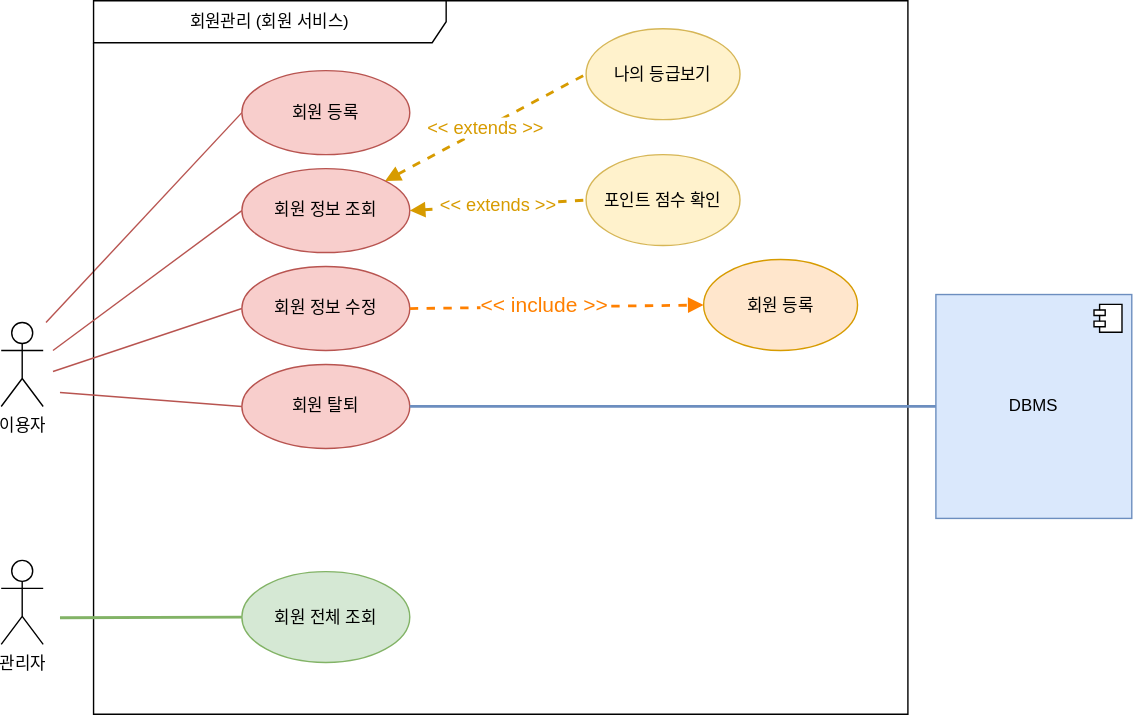
Earlier version of the draw.io export 회원관리유즈케이스.drawio.svg (sminxxi/multi_it_test). Source tidied: cells renumbered, new cells last; positions are measured from the earlier drawing's top-left corner, leaving out a move shared by most shapes.
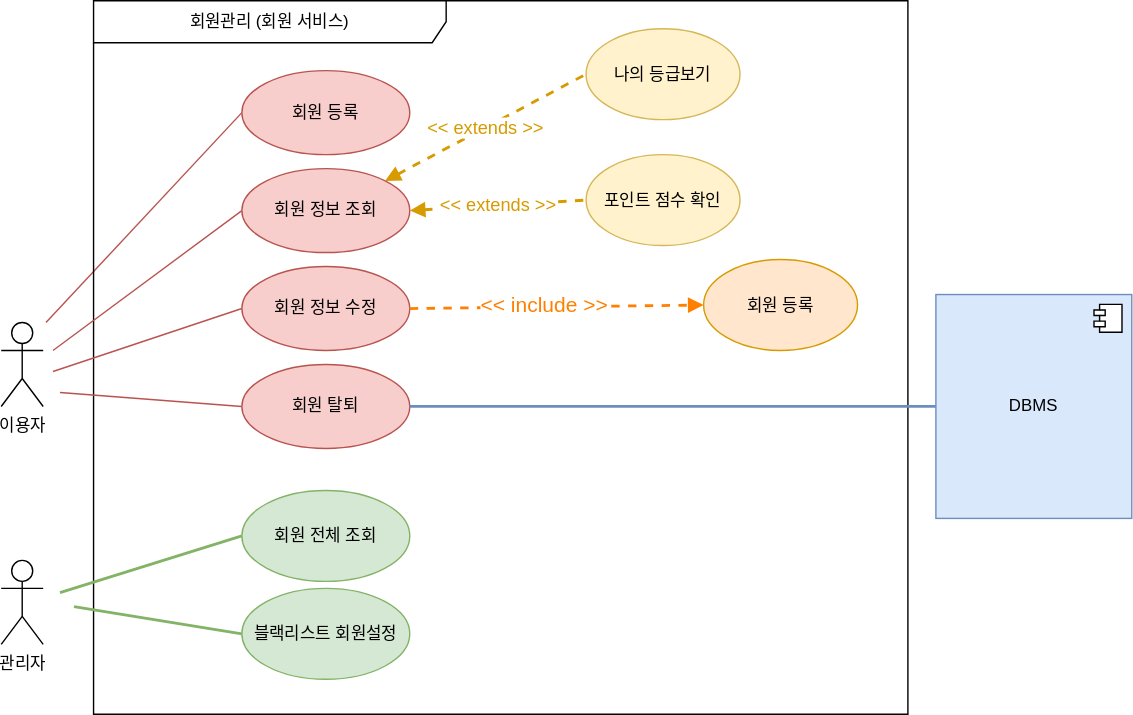
The same diagram one commit later.

Commit message:
회원관리유즈케이스.drawio.svg 업데이트

Diff of the diagram source:
```diff
@@ -20,7 +20,7 @@
       <mxGeometry x="172" y="50" width="120" height="60" as="geometry" />
     </mxCell>
     <mxCell id="7" value="회원 전체 조회" style="ellipse;whiteSpace=wrap;html=1;fillColor=#d5e8d4;strokeColor=#82b366;" parent="1" vertex="1">
-      <mxGeometry x="172" y="408" width="120" height="65" as="geometry" />
+      <mxGeometry x="172" y="350" width="120" height="65" as="geometry" />
     </mxCell>
     <mxCell id="8" value="회원 탈퇴" style="ellipse;whiteSpace=wrap;html=1;fillColor=#f8cecc;strokeColor=#b85450;" parent="1" vertex="1">
       <mxGeometry x="172" y="260" width="120" height="60" as="geometry" />
@@ -48,7 +48,7 @@
     </mxCell>
     <mxCell id="14" style="rounded=0;jettySize=auto;html=1;endArrow=none;endFill=0;entryX=0;entryY=0.5;entryDx=0;entryDy=0;strokeWidth=2;fillColor=#d5e8d4;strokeColor=#82b366;" parent="1" edge="1" target="7">
       <mxGeometry relative="1" as="geometry">
-        <mxPoint x="42" y="441" as="sourcePoint" />
+        <mxPoint x="42" y="423" as="sourcePoint" />
       </mxGeometry>
     </mxCell>
     <mxCell id="15" value="회원 등록" style="ellipse;whiteSpace=wrap;html=1;fillColor=#ffe6cc;strokeColor=#d79b00;" parent="1" vertex="1">
@@ -85,5 +85,13 @@
         <mxPoint x="292" y="290" as="sourcePoint" />
       </mxGeometry>
     </mxCell>
+    <mxCell id="25" value="블랙리스트 회원설정" style="ellipse;whiteSpace=wrap;html=1;fillColor=#d5e8d4;strokeColor=#82b366;" parent="1" vertex="1">
+      <mxGeometry x="172" y="420" width="120" height="65" as="geometry" />
+    </mxCell>
+    <mxCell id="26" style="rounded=0;jettySize=auto;html=1;endArrow=none;endFill=0;entryX=0;entryY=0.5;entryDx=0;entryDy=0;strokeWidth=2;fillColor=#d5e8d4;strokeColor=#82b366;" parent="1" edge="1" target="25">
+      <mxGeometry relative="1" as="geometry">
+        <mxPoint x="52" y="433" as="sourcePoint" />
+      </mxGeometry>
+    </mxCell>
   </root>
 </mxGraphModel>
```
